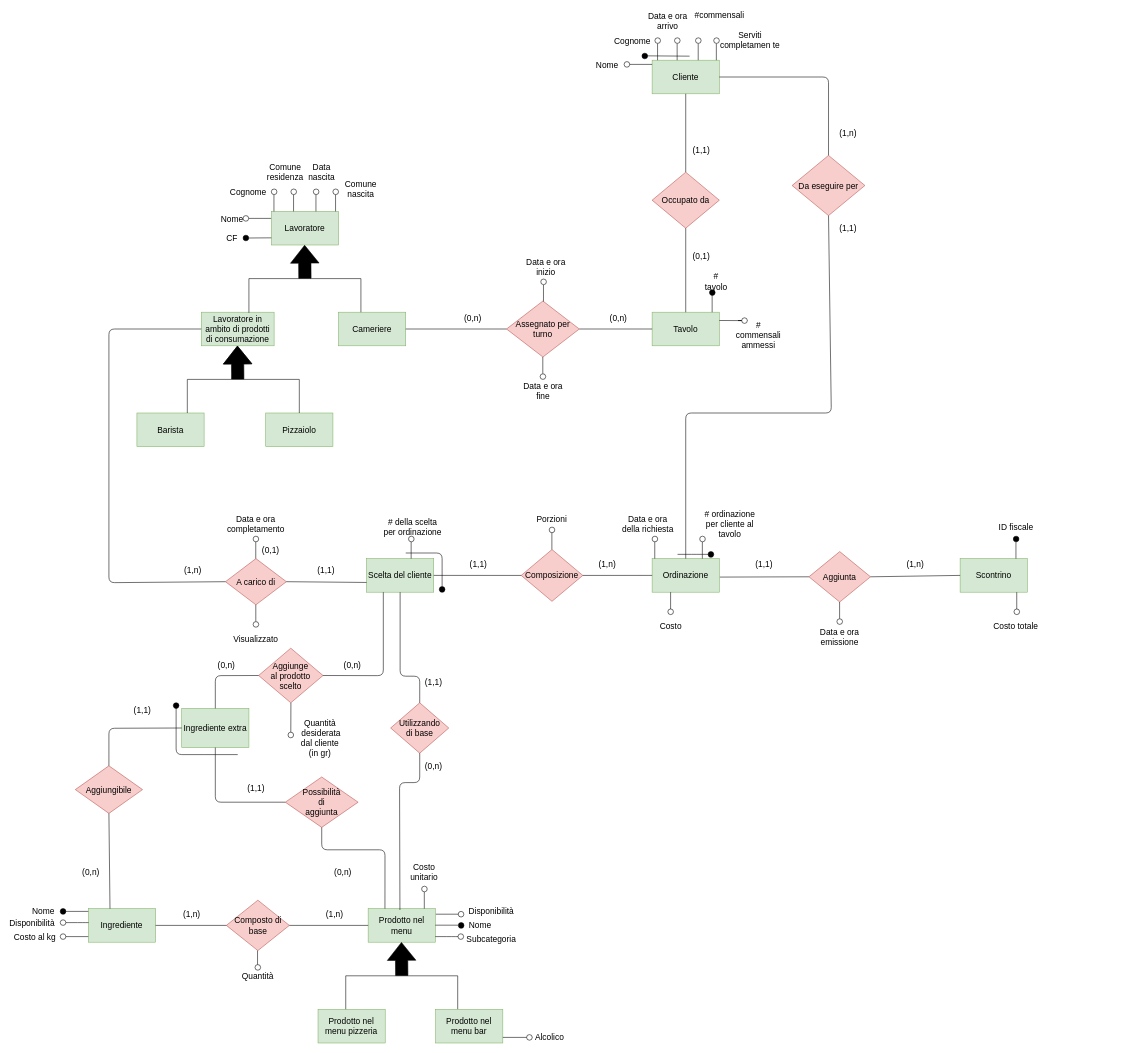
Above: ERD/ERD_EditableDiagram.drawio in StefanoBelli/pizzeria (draw.io), before the change. Source tidied: cells renumbered, new cells numbered last; positions are measured from the earlier drawing's top-left corner, leaving out a move shared by most shapes. Both pictures are drawn from the tidied source at 56%, with x=0, y=0 at pixel (10, 10).
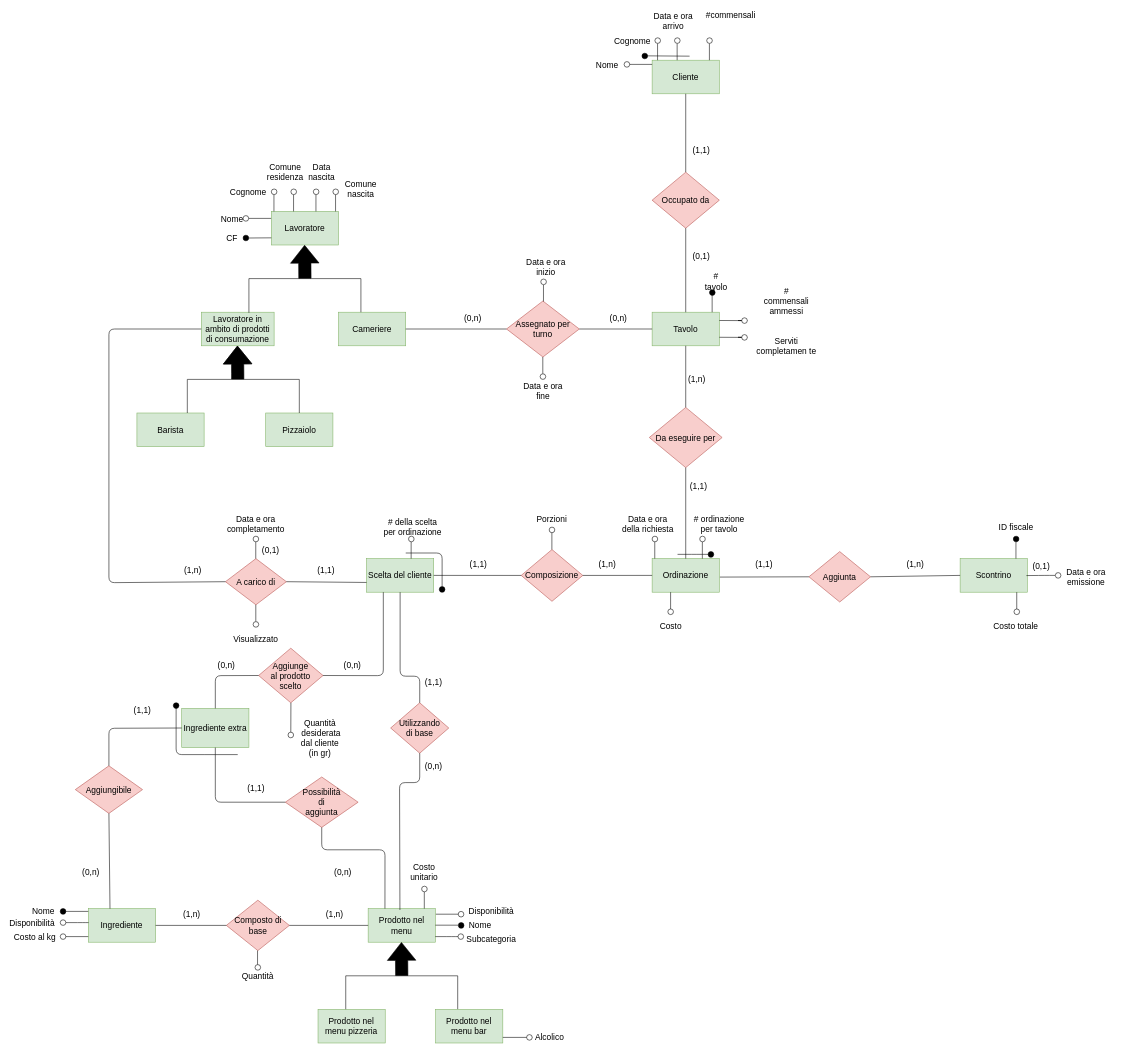
The same diagram, later.

Unchanged cells that the change refers to:
```xml
<mxCell id="2" value="Cliente" style="rounded=0;whiteSpace=wrap;html=1;strokeWidth=1;fontSize=15;fillColor=#d5e8d4;strokeColor=#82b366;" parent="1" vertex="1">
  <mxGeometry x="1147" y="90" width="120" height="60" as="geometry" />
</mxCell>
<mxCell id="4" value="Tavolo" style="rounded=0;whiteSpace=wrap;html=1;fontSize=15;fillColor=#d5e8d4;strokeColor=#82b366;" parent="1" vertex="1">
  <mxGeometry x="1147" y="540" width="120" height="60" as="geometry" />
</mxCell>
<mxCell id="24" value="Ordinazione" style="rounded=0;whiteSpace=wrap;html=1;strokeWidth=1;fontSize=15;fillColor=#d5e8d4;strokeColor=#82b366;" parent="1" vertex="1">
  <mxGeometry x="1147" y="980" width="120" height="60" as="geometry" />
</mxCell>
<mxCell id="27" value="Scontrino" style="rounded=0;whiteSpace=wrap;html=1;strokeWidth=1;fontSize=15;fillColor=#d5e8d4;strokeColor=#82b366;" parent="1" vertex="1">
  <mxGeometry x="1697" y="980" width="120" height="60" as="geometry" />
</mxCell>
```

Diff of the diagram source:
```diff
@@
     <mxCell id="23" value="&lt;div&gt;Da eseguire per &lt;br&gt;&lt;/div&gt;" style="rhombus;whiteSpace=wrap;html=1;fontSize=15;fillColor=#f8cecc;strokeColor=#b85450;" parent="1" vertex="1">
-      <mxGeometry x="1397" y="260" width="130" height="107.5" as="geometry" />
+      <mxGeometry x="1142" y="710" width="130" height="107.5" as="geometry" />
     </mxCell>
@@
-    <mxCell id="25" style="endArrow=none;html=1;fillColor=#000000;entryX=0.5;entryY=1;entryDx=0;entryDy=0;exitX=0.5;exitY=0;exitDx=0;exitDy=0;fontSize=15;" parent="1" edge="1" source="24" target="23">
-      <mxGeometry relative="1" as="geometry">
-        <Array as="points">
-          <mxPoint x="1207" y="720" />
-          <mxPoint x="1467" y="720" />
-        </Array>
-      </mxGeometry>
-    </mxCell>
@@
     <mxCell id="62" value="#commensali" style="text;html=1;strokeColor=none;fillColor=none;align=center;verticalAlign=middle;whiteSpace=wrap;rounded=0;fontSize=15;" parent="1" vertex="1">
-      <mxGeometry x="1214.5" width="105" height="20" as="geometry" />
+      <mxGeometry x="1234.5" width="105" height="20" as="geometry" />
     </mxCell>
     <mxCell id="63" style="endArrow=none;html=1;fillColor=#000000;fontSize=15;" parent="1" edge="1">
       <mxGeometry relative="1" as="geometry">
-        <mxPoint x="1229.3" y="90" as="sourcePoint" />
-        <mxPoint x="1229.3" y="60" as="targetPoint" />
+        <mxPoint x="1249.3" y="90" as="sourcePoint" />
+        <mxPoint x="1249.3" y="60" as="targetPoint" />
       </mxGeometry>
     </mxCell>
     <mxCell id="64" style="ellipse;whiteSpace=wrap;html=1;fontSize=15;" parent="1" vertex="1">
-      <mxGeometry x="1224.5" y="50" width="10" height="10" as="geometry" />
+      <mxGeometry x="1244.5" y="50" width="10" height="10" as="geometry" />
     </mxCell>
     <mxCell id="65" value="&lt;div&gt;Data e ora arrivo&lt;/div&gt;" style="text;html=1;strokeColor=none;fillColor=none;align=center;verticalAlign=middle;whiteSpace=wrap;rounded=0;fontSize=15;" parent="1" vertex="1">
-      <mxGeometry x="1124.5" y="10" width="100" height="20" as="geometry" />
+      <mxGeometry x="1134.5" y="10" width="100" height="20" as="geometry" />
     </mxCell>
@@
     <mxCell id="88" value="# commensali ammessi" style="text;html=1;strokeColor=none;fillColor=none;align=center;verticalAlign=middle;whiteSpace=wrap;rounded=0;fontSize=15;" parent="1" vertex="1">
-      <mxGeometry x="1317" y="570" width="40" height="20" as="geometry" />
+      <mxGeometry x="1367" y="510" width="40" height="20" as="geometry" />
     </mxCell>
@@
-    <mxCell id="108" style="endArrow=none;html=1;fillColor=#000000;fontSize=15;" parent="1" edge="1">
-      <mxGeometry relative="1" as="geometry">
-        <mxPoint x="1481.8" y="1087.5" as="sourcePoint" />
-        <mxPoint x="1481.8" y="1057.5" as="targetPoint" />
-      </mxGeometry>
-    </mxCell>
-    <mxCell id="109" style="ellipse;whiteSpace=wrap;html=1;fontSize=15;" parent="1" vertex="1">
-      <mxGeometry x="1477" y="1087.5" width="10" height="10" as="geometry" />
-    </mxCell>
@@
-    <mxCell id="115" value="&lt;div style=&quot;font-size: 15px&quot;&gt;# ordinazione&lt;/div&gt;&lt;div style=&quot;font-size: 15px&quot;&gt;per cliente al tavolo&lt;br style=&quot;font-size: 15px&quot;&gt;&lt;/div&gt;" style="text;html=1;strokeColor=none;fillColor=none;align=center;verticalAlign=middle;whiteSpace=wrap;rounded=0;fontSize=15;" parent="1" vertex="1">
-      <mxGeometry x="1221.4" y="907.5" width="130" height="20" as="geometry" />
+    <mxCell id="115" value="&lt;div style=&quot;font-size: 15px&quot;&gt;# ordinazione&lt;/div&gt;&lt;div style=&quot;font-size: 15px&quot;&gt;per tavolo&lt;br style=&quot;font-size: 15px&quot;&gt;&lt;/div&gt;" style="text;html=1;strokeColor=none;fillColor=none;align=center;verticalAlign=middle;whiteSpace=wrap;rounded=0;fontSize=15;" parent="1" vertex="1">
+      <mxGeometry x="1202" y="907.5" width="130" height="20" as="geometry" />
     </mxCell>
@@
-    <mxCell id="122" value="&lt;div style=&quot;font-size: 15px;&quot;&gt;Data e ora emissione&lt;/div&gt;" style="text;html=1;strokeColor=none;fillColor=none;align=center;verticalAlign=middle;whiteSpace=wrap;rounded=0;fontSize=15;" parent="1" vertex="1">
-      <mxGeometry x="1437" y="1110" width="90" height="20" as="geometry" />
-    </mxCell>
@@
     <mxCell id="138" value="(1,1)" style="text;html=1;strokeColor=none;fillColor=none;align=center;verticalAlign=middle;whiteSpace=wrap;rounded=0;fontSize=15;" parent="1" vertex="1">
-      <mxGeometry x="1477" y="380" width="40" height="20" as="geometry" />
+      <mxGeometry x="1209.5" y="840" width="40" height="20" as="geometry" />
     </mxCell>
@@
     <mxCell id="142" value="(1,n)" style="text;html=1;strokeColor=none;fillColor=none;align=center;verticalAlign=middle;whiteSpace=wrap;rounded=0;fontSize=15;" parent="1" vertex="1">
-      <mxGeometry x="1477" y="210" width="40" height="20" as="geometry" />
+      <mxGeometry x="1207" y="650" width="40" height="20" as="geometry" />
     </mxCell>
@@
-    <mxCell id="157" style="endArrow=none;html=1;entryX=1;entryY=0.5;entryDx=0;entryDy=0;exitX=0.5;exitY=0;exitDx=0;exitDy=0;" parent="1" edge="1" source="23" target="2">
-      <mxGeometry relative="1" as="geometry">
-        <Array as="points">
-          <mxPoint x="1462" y="120" />
-        </Array>
-      </mxGeometry>
-    </mxCell>
@@
-    <mxCell id="192" style="endArrow=none;html=1;fillColor=#000000;fontSize=15;" parent="1" edge="1">
-      <mxGeometry relative="1" as="geometry">
-        <mxPoint x="1261.7" y="90" as="sourcePoint" />
-        <mxPoint x="1261.7" y="60" as="targetPoint" />
-      </mxGeometry>
-    </mxCell>
-    <mxCell id="193" style="ellipse;whiteSpace=wrap;html=1;fontSize=15;" parent="1" vertex="1">
-      <mxGeometry x="1257" y="50" width="10" height="10" as="geometry" />
-    </mxCell>
     <mxCell id="194" value="&lt;font style=&quot;font-size: 15px&quot;&gt;Serviti completamen te&lt;/font&gt;" style="text;html=1;strokeColor=none;fillColor=none;align=center;verticalAlign=middle;whiteSpace=wrap;rounded=0;" parent="1" vertex="1">
-      <mxGeometry x="1267" y="43.1" width="110" height="20" as="geometry" />
+      <mxGeometry x="1332" y="590" width="110" height="20" as="geometry" />
     </mxCell>
@@
+    <mxCell id="25" style="endArrow=none;html=1;entryX=0.5;entryY=1;entryDx=0;entryDy=0;exitX=0.5;exitY=0;exitDx=0;exitDy=0;" parent="1" edge="1" source="24" target="23">
+      <mxGeometry relative="1" as="geometry" />
+    </mxCell>
+    <mxCell id="202" style="endArrow=none;html=1;exitX=0.5;exitY=0;exitDx=0;exitDy=0;entryX=0.5;entryY=1;entryDx=0;entryDy=0;" parent="1" edge="1" source="23" target="4">
+      <mxGeometry relative="1" as="geometry" />
+    </mxCell>
+    <mxCell id="203" style="endArrow=none;html=1;fillColor=#000000;fontSize=15;entryX=0.987;entryY=0.505;entryDx=0;entryDy=0;entryPerimeter=0;" parent="1" edge="1" target="27">
+      <mxGeometry relative="1" as="geometry">
+        <mxPoint x="1867" y="1010" as="sourcePoint" />
+        <Array as="points">
+          <mxPoint x="1847" y="1010" />
+        </Array>
+      </mxGeometry>
+    </mxCell>
+    <mxCell id="204" style="ellipse;whiteSpace=wrap;html=1;fontSize=15;" parent="1" vertex="1">
+      <mxGeometry x="1867" y="1005" width="10" height="10" as="geometry" />
+    </mxCell>
+    <mxCell id="122" value="&lt;div style=&quot;font-size: 15px;&quot;&gt;Data e ora emissione&lt;/div&gt;" style="text;html=1;strokeColor=none;fillColor=none;align=center;verticalAlign=middle;whiteSpace=wrap;rounded=0;fontSize=15;" parent="1" vertex="1">
+      <mxGeometry x="1877" y="1002.5" width="90" height="20" as="geometry" />
+    </mxCell>
+    <mxCell id="205" value="&lt;font style=&quot;font-size: 15px&quot;&gt;(0,1)&lt;/font&gt;" style="text;html=1;strokeColor=none;fillColor=none;align=center;verticalAlign=middle;whiteSpace=wrap;rounded=0;" parent="1" vertex="1">
+      <mxGeometry x="1822" y="982.5" width="40" height="20" as="geometry" />
+    </mxCell>
+    <mxCell id="206" style="endArrow=none;html=1;fillColor=#000000;fontSize=15;" parent="1" edge="1" source="207">
+      <mxGeometry relative="1" as="geometry">
+        <mxPoint x="1317" y="584.8" as="targetPoint" />
+        <Array as="points">
+          <mxPoint x="1297" y="584.8" />
+        </Array>
+      </mxGeometry>
+    </mxCell>
+    <mxCell id="207" style="ellipse;whiteSpace=wrap;html=1;fontSize=15;" parent="1" vertex="1">
+      <mxGeometry x="1307" y="580" width="10" height="10" as="geometry" />
+    </mxCell>
+    <mxCell id="208" style="endArrow=none;html=1;fillColor=#000000;fontSize=15;" parent="1" edge="1" target="207">
+      <mxGeometry relative="1" as="geometry">
+        <mxPoint x="1267" y="584.8" as="sourcePoint" />
+      </mxGeometry>
+    </mxCell>
```
